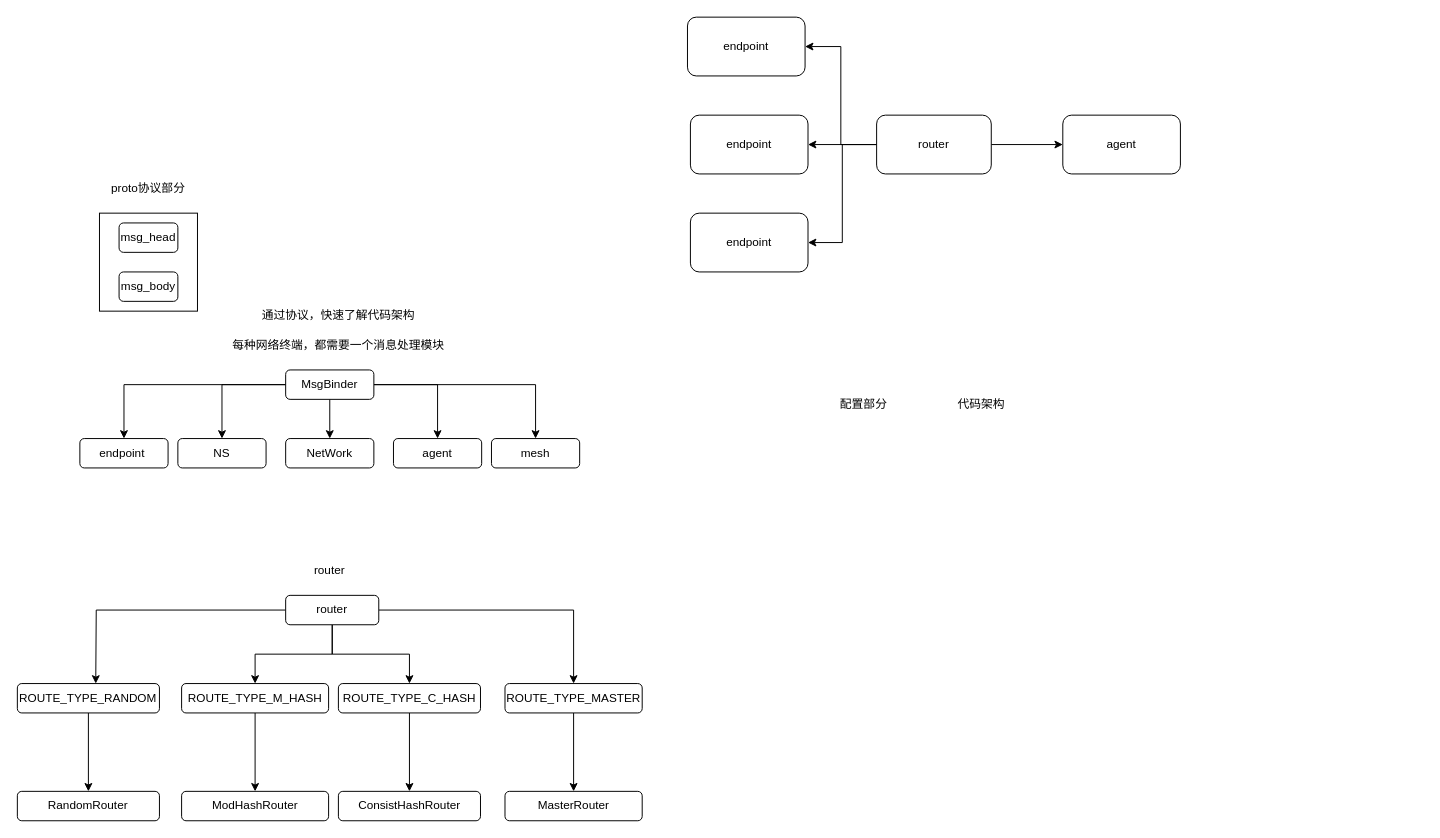
Above: 实战项目之tbuspp2.drawio in junpfeng/UE (draw.io), before the change. Source tidied: cells renumbered, new cells numbered last; positions are measured from the earlier drawing's top-left corner, leaving out a move shared by most shapes. Both pictures are drawn from the tidied source at 98%, with x=0, y=0 at pixel (17, 17).
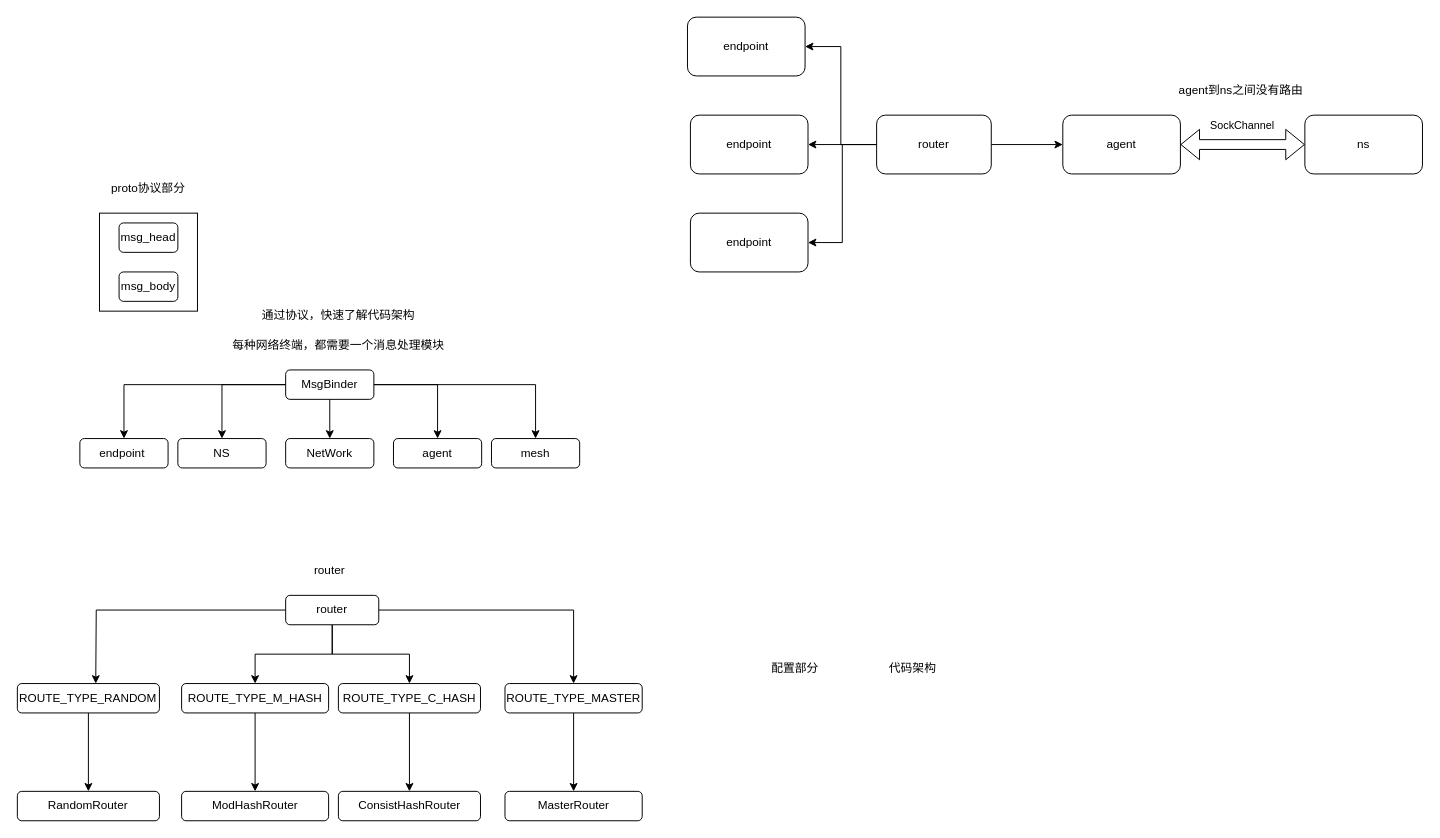
The same page after the edit.

Commit message:
更新实战项目之tbuspp2.drawio

The change refers to these unchanged cells:
```xml
<mxCell id="39" value="agent" style="rounded=1;whiteSpace=wrap;html=1;" parent="1" vertex="1">
  <mxGeometry x="1067" y="100" width="120" height="60" as="geometry" />
</mxCell>
```

Change to the diagram source:
```diff
@@
     <mxCell id="3" value="配置部分" style="text;html=1;align=center;verticalAlign=middle;whiteSpace=wrap;rounded=0;" parent="1" vertex="1">
-      <mxGeometry x="834" y="380" width="60" height="30" as="geometry" />
+      <mxGeometry x="764" y="650" width="60" height="30" as="geometry" />
     </mxCell>
     <mxCell id="4" value="代码架构" style="text;html=1;align=center;verticalAlign=middle;whiteSpace=wrap;rounded=0;" parent="1" vertex="1">
-      <mxGeometry x="954" y="380" width="60" height="30" as="geometry" />
+      <mxGeometry x="884" y="650" width="60" height="30" as="geometry" />
     </mxCell>
@@
+    <mxCell id="48" value="ns" style="rounded=1;whiteSpace=wrap;html=1;" parent="1" vertex="1">
+      <mxGeometry x="1314" y="100" width="120" height="60" as="geometry" />
+    </mxCell>
+    <mxCell id="49" style="shape=flexArrow;endArrow=classic;startArrow=classic;html=1;rounded=0;entryX=0;entryY=0.5;entryDx=0;entryDy=0;exitX=1;exitY=0.5;exitDx=0;exitDy=0;" parent="1" edge="1" source="39" target="48">
+      <mxGeometry relative="1" as="geometry" />
+    </mxCell>
+    <mxCell id="50" value="SockChannel" style="edgeLabel;html=1;align=center;verticalAlign=middle;" parent="49" vertex="1">
+      <mxGeometry x="-0.03" y="-3" relative="1" as="geometry">
+        <mxPoint y="-23" as="offset" />
+      </mxGeometry>
+    </mxCell>
+    <mxCell id="51" value="agent到ns之间没有路由" style="text;html=1;align=center;verticalAlign=middle;whiteSpace=wrap;rounded=0;" parent="1" vertex="1">
+      <mxGeometry x="1164" y="60" width="170" height="30" as="geometry" />
+    </mxCell>
```
